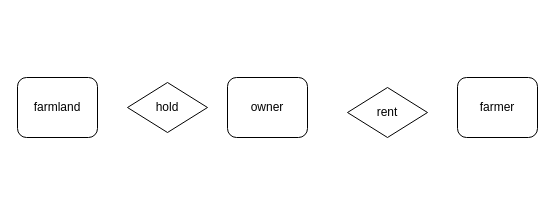
s19514tt/Progress keeps this draw.io diagram as Untitled Diagram2.drawio. Above is the earlier version. Source tidied: cells renumbered, new cells numbered last; positions are measured from the earlier drawing's top-left corner, leaving out a move shared by most shapes. Both pictures are drawn from the tidied source at 100%, with x=0, y=0 at pixel (17, 77).
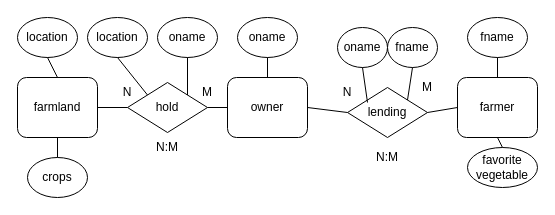
Above is the later version.

Unchanged cells that the change refers to:
```xml
<mxCell id="2" value="owner" style="rounded=1;whiteSpace=wrap;html=1;" parent="1" vertex="1">
  <mxGeometry x="210" width="80" height="60" as="geometry" />
</mxCell>
<mxCell id="3" value="farmland" style="rounded=1;whiteSpace=wrap;html=1;" parent="1" vertex="1">
  <mxGeometry width="80" height="60" as="geometry" />
</mxCell>
<mxCell id="4" value="farmer" style="rounded=1;whiteSpace=wrap;html=1;" parent="1" vertex="1">
  <mxGeometry x="440" width="80" height="60" as="geometry" />
</mxCell>
<mxCell id="6" value="hold" style="rhombus;whiteSpace=wrap;html=1;" parent="1" vertex="1">
  <mxGeometry x="110" y="5" width="80" height="50" as="geometry" />
</mxCell>
```

Change to the diagram source:
```diff
@@
-    <mxCell id="5" value="rent" style="rhombus;whiteSpace=wrap;html=1;" parent="1" vertex="1">
+    <mxCell id="5" value="lending" style="rhombus;whiteSpace=wrap;html=1;" parent="1" vertex="1">
       <mxGeometry x="330" y="10" width="80" height="50" as="geometry" />
     </mxCell>
@@
+    <mxCell id="7" value="location" style="ellipse;whiteSpace=wrap;html=1;" parent="1" vertex="1">
+      <mxGeometry y="-60" width="60" height="40" as="geometry" />
+    </mxCell>
+    <mxCell id="8" value="oname" style="ellipse;whiteSpace=wrap;html=1;" parent="1" vertex="1">
+      <mxGeometry x="220" y="-60" width="60" height="40" as="geometry" />
+    </mxCell>
+    <mxCell id="9" value="fname" style="ellipse;whiteSpace=wrap;html=1;" parent="1" vertex="1">
+      <mxGeometry x="450" y="-60" width="60" height="40" as="geometry" />
+    </mxCell>
+    <mxCell id="10" value="oname" style="ellipse;whiteSpace=wrap;html=1;" parent="1" vertex="1">
+      <mxGeometry x="320" y="-50" width="50" height="40" as="geometry" />
+    </mxCell>
+    <mxCell id="11" value="oname" style="ellipse;whiteSpace=wrap;html=1;" parent="1" vertex="1">
+      <mxGeometry x="140" y="-60" width="60" height="40" as="geometry" />
+    </mxCell>
+    <mxCell id="12" style="endArrow=none;html=1;exitX=1;exitY=0.5;exitDx=0;exitDy=0;entryX=0;entryY=0.5;entryDx=0;entryDy=0;" parent="1" edge="1" source="3" target="6">
+      <mxGeometry relative="1" as="geometry" />
+    </mxCell>
+    <mxCell id="13" style="endArrow=none;html=1;exitX=1;exitY=0.5;exitDx=0;exitDy=0;entryX=0;entryY=0.5;entryDx=0;entryDy=0;" parent="1" edge="1" source="6" target="2">
+      <mxGeometry relative="1" as="geometry" />
+    </mxCell>
+    <mxCell id="14" style="endArrow=none;html=1;entryX=0;entryY=0.5;entryDx=0;entryDy=0;exitX=1;exitY=0.5;exitDx=0;exitDy=0;" parent="1" edge="1" source="2" target="5">
+      <mxGeometry relative="1" as="geometry" />
+    </mxCell>
+    <mxCell id="15" style="endArrow=none;html=1;entryX=0;entryY=0.5;entryDx=0;entryDy=0;exitX=1;exitY=0.5;exitDx=0;exitDy=0;" parent="1" edge="1" source="5" target="4">
+      <mxGeometry relative="1" as="geometry" />
+    </mxCell>
+    <mxCell id="16" value="N" style="text;html=1;strokeColor=none;fillColor=none;align=center;verticalAlign=middle;whiteSpace=wrap;rounded=0;" parent="1" vertex="1">
+      <mxGeometry x="90" y="5" width="40" height="20" as="geometry" />
+    </mxCell>
+    <mxCell id="17" value="M" style="text;html=1;strokeColor=none;fillColor=none;align=center;verticalAlign=middle;whiteSpace=wrap;rounded=0;" parent="1" vertex="1">
+      <mxGeometry x="170" y="5" width="40" height="20" as="geometry" />
+    </mxCell>
+    <mxCell id="18" value="N:M" style="text;html=1;strokeColor=none;fillColor=none;align=center;verticalAlign=middle;whiteSpace=wrap;rounded=0;" parent="1" vertex="1">
+      <mxGeometry x="130" y="60" width="40" height="20" as="geometry" />
+    </mxCell>
+    <mxCell id="19" value="N:M" style="text;html=1;strokeColor=none;fillColor=none;align=center;verticalAlign=middle;whiteSpace=wrap;rounded=0;" parent="1" vertex="1">
+      <mxGeometry x="350" y="70" width="40" height="20" as="geometry" />
+    </mxCell>
+    <mxCell id="20" value="M" style="text;html=1;strokeColor=none;fillColor=none;align=center;verticalAlign=middle;whiteSpace=wrap;rounded=0;" parent="1" vertex="1">
+      <mxGeometry x="390" width="40" height="20" as="geometry" />
+    </mxCell>
+    <mxCell id="21" value="N" style="text;html=1;strokeColor=none;fillColor=none;align=center;verticalAlign=middle;whiteSpace=wrap;rounded=0;" parent="1" vertex="1">
+      <mxGeometry x="310" y="5" width="40" height="20" as="geometry" />
+    </mxCell>
+    <mxCell id="22" value="location" style="ellipse;whiteSpace=wrap;html=1;" parent="1" vertex="1">
+      <mxGeometry x="70" y="-60" width="60" height="40" as="geometry" />
+    </mxCell>
+    <mxCell id="23" value="fname" style="ellipse;whiteSpace=wrap;html=1;" parent="1" vertex="1">
+      <mxGeometry x="370" y="-50" width="50" height="40" as="geometry" />
+    </mxCell>
+    <mxCell id="24" style="endArrow=none;html=1;entryX=0.5;entryY=1;entryDx=0;entryDy=0;exitX=0.5;exitY=0;exitDx=0;exitDy=0;" parent="1" edge="1" source="3" target="7">
+      <mxGeometry relative="1" as="geometry" />
+    </mxCell>
+    <mxCell id="25" style="endArrow=none;html=1;entryX=0.5;entryY=1;entryDx=0;entryDy=0;exitX=0;exitY=0;exitDx=0;exitDy=0;" parent="1" edge="1" source="6" target="22">
+      <mxGeometry relative="1" as="geometry" />
+    </mxCell>
+    <mxCell id="26" style="endArrow=none;html=1;entryX=0.5;entryY=1;entryDx=0;entryDy=0;exitX=1;exitY=0;exitDx=0;exitDy=0;" parent="1" edge="1" source="6" target="11">
+      <mxGeometry relative="1" as="geometry" />
+    </mxCell>
+    <mxCell id="27" style="endArrow=none;html=1;entryX=0.5;entryY=1;entryDx=0;entryDy=0;exitX=0.5;exitY=0;exitDx=0;exitDy=0;" parent="1" edge="1" source="2" target="8">
+      <mxGeometry relative="1" as="geometry" />
+    </mxCell>
+    <mxCell id="28" style="endArrow=none;html=1;entryX=0.5;entryY=1;entryDx=0;entryDy=0;exitX=1;exitY=1;exitDx=0;exitDy=0;" parent="1" edge="1" source="21" target="10">
+      <mxGeometry relative="1" as="geometry" />
+    </mxCell>
+    <mxCell id="29" style="endArrow=none;html=1;entryX=0.5;entryY=1;entryDx=0;entryDy=0;exitX=1;exitY=0;exitDx=0;exitDy=0;" parent="1" edge="1" source="5" target="23">
+      <mxGeometry relative="1" as="geometry" />
+    </mxCell>
+    <mxCell id="30" style="endArrow=none;html=1;entryX=0.5;entryY=1;entryDx=0;entryDy=0;exitX=0.5;exitY=0;exitDx=0;exitDy=0;" parent="1" edge="1" source="4" target="9">
+      <mxGeometry relative="1" as="geometry" />
+    </mxCell>
+    <mxCell id="31" value="crops" style="ellipse;whiteSpace=wrap;html=1;" parent="1" vertex="1">
+      <mxGeometry x="10" y="80" width="60" height="40" as="geometry" />
+    </mxCell>
+    <mxCell id="32" value="favorite&lt;br&gt;vegetable" style="ellipse;whiteSpace=wrap;html=1;" parent="1" vertex="1">
+      <mxGeometry x="450" y="70" width="70" height="40" as="geometry" />
+    </mxCell>
+    <mxCell id="33" style="endArrow=none;html=1;entryX=0.5;entryY=1;entryDx=0;entryDy=0;exitX=0.5;exitY=0;exitDx=0;exitDy=0;" parent="1" edge="1" source="32" target="4">
+      <mxGeometry relative="1" as="geometry" />
+    </mxCell>
+    <mxCell id="34" style="endArrow=none;html=1;entryX=0.5;entryY=1;entryDx=0;entryDy=0;exitX=0.5;exitY=0;exitDx=0;exitDy=0;" parent="1" edge="1" source="31" target="3">
+      <mxGeometry relative="1" as="geometry" />
+    </mxCell>
```
